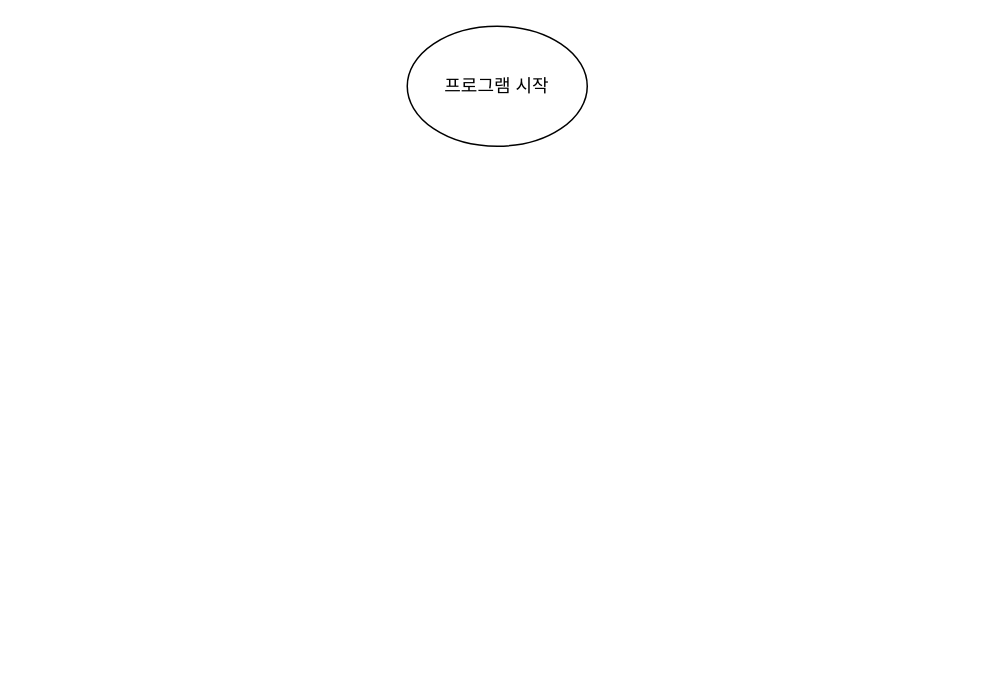
Above: Calculator.drawio in vimpelican/project-introduction-to-programming-2 (draw.io), before the change. Source tidied: cells renumbered, new cells numbered last; positions are measured from the earlier drawing's top-left corner, leaving out a move shared by most shapes. Both pictures are drawn from the tidied source at 150%, with x=0, y=0 at pixel (406, 26).
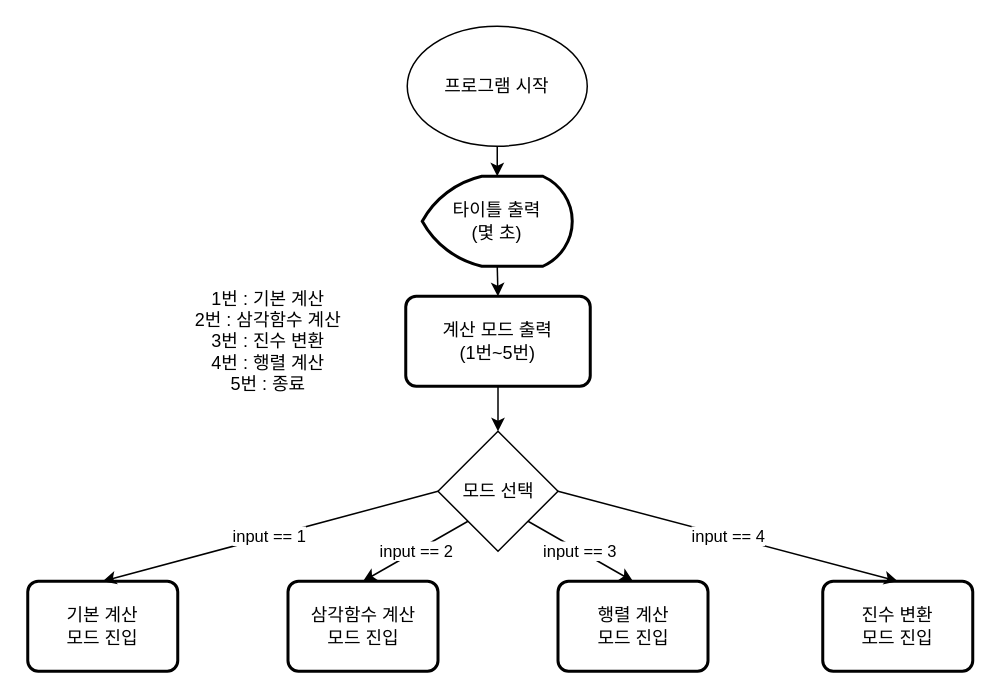
After the change.

Commit message (it also covers changes not shown here):
Update flowchart, header, source code

Change to the diagram source:
```diff
@@
 <mxGraphModel>
   <root>
     <mxCell id="0" />
     <mxCell id="1" parent="0" />
     <mxCell id="2" value="프로그램 시작" style="ellipse;whiteSpace=wrap;html=1;" parent="1" vertex="1">
       <mxGeometry width="120" height="80" as="geometry" />
     </mxCell>
+    <mxCell id="3" value="타이틀 출력&lt;br&gt;(몇 초)" style="strokeWidth=2;html=1;shape=mxgraph.flowchart.display;whiteSpace=wrap;" parent="1" vertex="1">
+      <mxGeometry x="10" y="100" width="100" height="60" as="geometry" />
+    </mxCell>
+    <mxCell id="4" style="endArrow=classic;html=1;entryX=0.5;entryY=0;entryDx=0;entryDy=0;entryPerimeter=0;exitX=0.5;exitY=1;exitDx=0;exitDy=0;" parent="1" edge="1" source="2" target="3">
+      <mxGeometry relative="1" as="geometry" />
+    </mxCell>
+    <mxCell id="5" value="계산 모드 출력&lt;br&gt;(1번~5번)" style="rounded=1;whiteSpace=wrap;html=1;absoluteArcSize=1;arcSize=14;strokeWidth=2;" parent="1" vertex="1">
+      <mxGeometry x="-1" y="180" width="123" height="60" as="geometry" />
+    </mxCell>
+    <mxCell id="6" style="endArrow=classic;html=1;exitX=0.5;exitY=1;exitDx=0;exitDy=0;exitPerimeter=0;entryX=0.5;entryY=0;entryDx=0;entryDy=0;" parent="1" edge="1" source="3" target="5">
+      <mxGeometry relative="1" as="geometry" />
+    </mxCell>
+    <mxCell id="7" value="1번 : 기본 계산&lt;br&gt;2번 : 삼각함수 계산&lt;br&gt;3번 : 진수 변환&lt;br&gt;4번 : 행렬 계산&lt;br&gt;5번 : 종료" style="text;html=1;align=center;verticalAlign=middle;" parent="1" vertex="1">
+      <mxGeometry x="-153" y="170" width="120" height="80" as="geometry" />
+    </mxCell>
+    <mxCell id="8" value="모드 선택" style="rhombus;whiteSpace=wrap;html=1;" parent="1" vertex="1">
+      <mxGeometry x="20.5" y="270" width="80" height="80" as="geometry" />
+    </mxCell>
+    <mxCell id="9" style="endArrow=classic;html=1;exitX=0.5;exitY=1;exitDx=0;exitDy=0;entryX=0.5;entryY=0;entryDx=0;entryDy=0;" parent="1" edge="1" source="5" target="8">
+      <mxGeometry relative="1" as="geometry" />
+    </mxCell>
+    <mxCell id="10" value="기본 계산&lt;br&gt;모드 진입" style="rounded=1;whiteSpace=wrap;html=1;absoluteArcSize=1;arcSize=14;strokeWidth=2;" parent="1" vertex="1">
+      <mxGeometry x="-253" y="370" width="100" height="60" as="geometry" />
+    </mxCell>
+    <mxCell id="11" value="삼각함수 계산&lt;br&gt;모드 진입" style="rounded=1;whiteSpace=wrap;html=1;absoluteArcSize=1;arcSize=14;strokeWidth=2;" parent="1" vertex="1">
+      <mxGeometry x="-79.5" y="370" width="100" height="60" as="geometry" />
+    </mxCell>
+    <mxCell id="12" value="진수 변환&lt;br&gt;모드 진입" style="rounded=1;whiteSpace=wrap;html=1;absoluteArcSize=1;arcSize=14;strokeWidth=2;" parent="1" vertex="1">
+      <mxGeometry x="277" y="370" width="100" height="60" as="geometry" />
+    </mxCell>
+    <mxCell id="13" value="행렬 계산&lt;br&gt;모드 진입" style="rounded=1;whiteSpace=wrap;html=1;absoluteArcSize=1;arcSize=14;strokeWidth=2;" parent="1" vertex="1">
+      <mxGeometry x="100.5" y="370" width="100" height="60" as="geometry" />
+    </mxCell>
+    <mxCell id="14" value="input == 1" style="endArrow=classic;html=1;exitX=0;exitY=0.5;exitDx=0;exitDy=0;entryX=0.5;entryY=0;entryDx=0;entryDy=0;" parent="1" edge="1" source="8" target="10">
+      <mxGeometry relative="1" as="geometry" />
+    </mxCell>
+    <mxCell id="15" value="input == 2" style="endArrow=classic;html=1;exitX=0;exitY=1;exitDx=0;exitDy=0;entryX=0.5;entryY=0;entryDx=0;entryDy=0;" parent="1" edge="1" source="8" target="11">
+      <mxGeometry relative="1" as="geometry" />
+    </mxCell>
+    <mxCell id="16" value="input == 3" style="endArrow=classic;html=1;exitX=1;exitY=1;exitDx=0;exitDy=0;entryX=0.5;entryY=0;entryDx=0;entryDy=0;" parent="1" edge="1" source="8" target="13">
+      <mxGeometry relative="1" as="geometry" />
+    </mxCell>
+    <mxCell id="17" value="input == 4" style="endArrow=classic;html=1;exitX=1;exitY=0.5;exitDx=0;exitDy=0;entryX=0.5;entryY=0;entryDx=0;entryDy=0;" parent="1" edge="1" source="8" target="12">
+      <mxGeometry relative="1" as="geometry" />
+    </mxCell>
   </root>
 </mxGraphModel>
```
